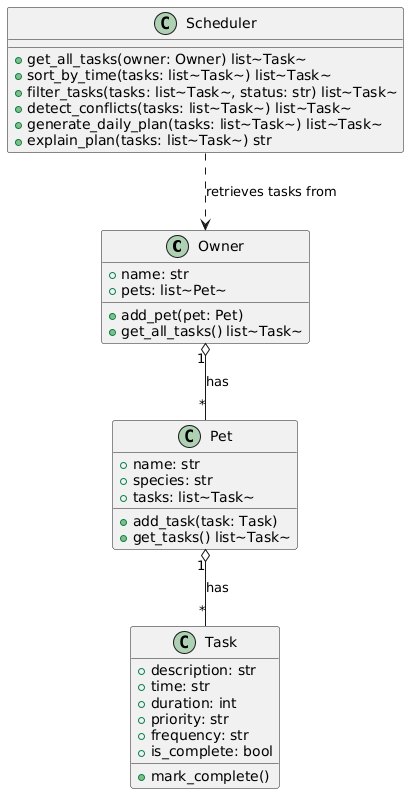
Abdulwakil1/ai110-module2show-pawpal-starter keeps this PlantUML diagram as uml/uml_final.png. Above is the earlier version. Its diagram source:
```plantuml
@startuml
class Owner {
+name: str
+pets: list~Pet~
+add_pet(pet: Pet)
+get_all_tasks() list~Task~
}

    class Pet {
        +name: str
        +species: str
        +tasks: list~Task~
        +add_task(task: Task)
        +get_tasks() list~Task~
    }

    class Task {
        +description: str
        +time: str
        +duration: int
        +priority: str
        +frequency: str
        +is_complete: bool
        +mark_complete()
    }

    class Scheduler {
        +get_all_tasks(owner: Owner) list~Task~
        +sort_by_time(tasks: list~Task~) list~Task~
        +filter_tasks(tasks: list~Task~, status: str) list~Task~
        +detect_conflicts(tasks: list~Task~) list~Task~
        +generate_daily_plan(tasks: list~Task~) list~Task~
        +explain_plan(tasks: list~Task~) str
    }

    Owner "1" o-- "*" Pet : has
    Pet "1" o-- "*" Task : has
    Scheduler ..> Owner : retrieves tasks from
@enduml
```
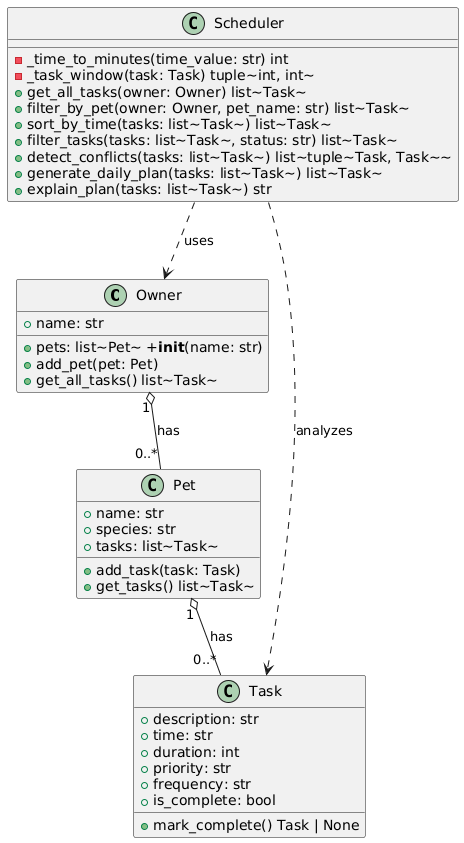
Later version of the same file.

Diff of the diagram source:
```diff
@@ -1,7 +1,7 @@
 @startuml
 class Owner {
 +name: str
-+pets: list~Pet~
++pets: list~Pet~ +**init**(name: str)
 +add_pet(pet: Pet)
 +get_all_tasks() list~Task~
 }
@@ -21,19 +21,23 @@
         +priority: str
         +frequency: str
         +is_complete: bool
-        +mark_complete()
+        +mark_complete() Task | None
     }
 
     class Scheduler {
+        -_time_to_minutes(time_value: str) int
+        -_task_window(task: Task) tuple~int, int~
         +get_all_tasks(owner: Owner) list~Task~
+        +filter_by_pet(owner: Owner, pet_name: str) list~Task~
         +sort_by_time(tasks: list~Task~) list~Task~
         +filter_tasks(tasks: list~Task~, status: str) list~Task~
-        +detect_conflicts(tasks: list~Task~) list~Task~
+        +detect_conflicts(tasks: list~Task~) list~tuple~Task, Task~~
         +generate_daily_plan(tasks: list~Task~) list~Task~
         +explain_plan(tasks: list~Task~) str
     }
 
-    Owner "1" o-- "*" Pet : has
-    Pet "1" o-- "*" Task : has
-    Scheduler ..> Owner : retrieves tasks from
+    Owner "1" o-- "0..*" Pet : has
+    Pet "1" o-- "0..*" Task : has
+    Scheduler ..> Owner : uses
+    Scheduler ..> Task : analyzes
 @enduml
```
